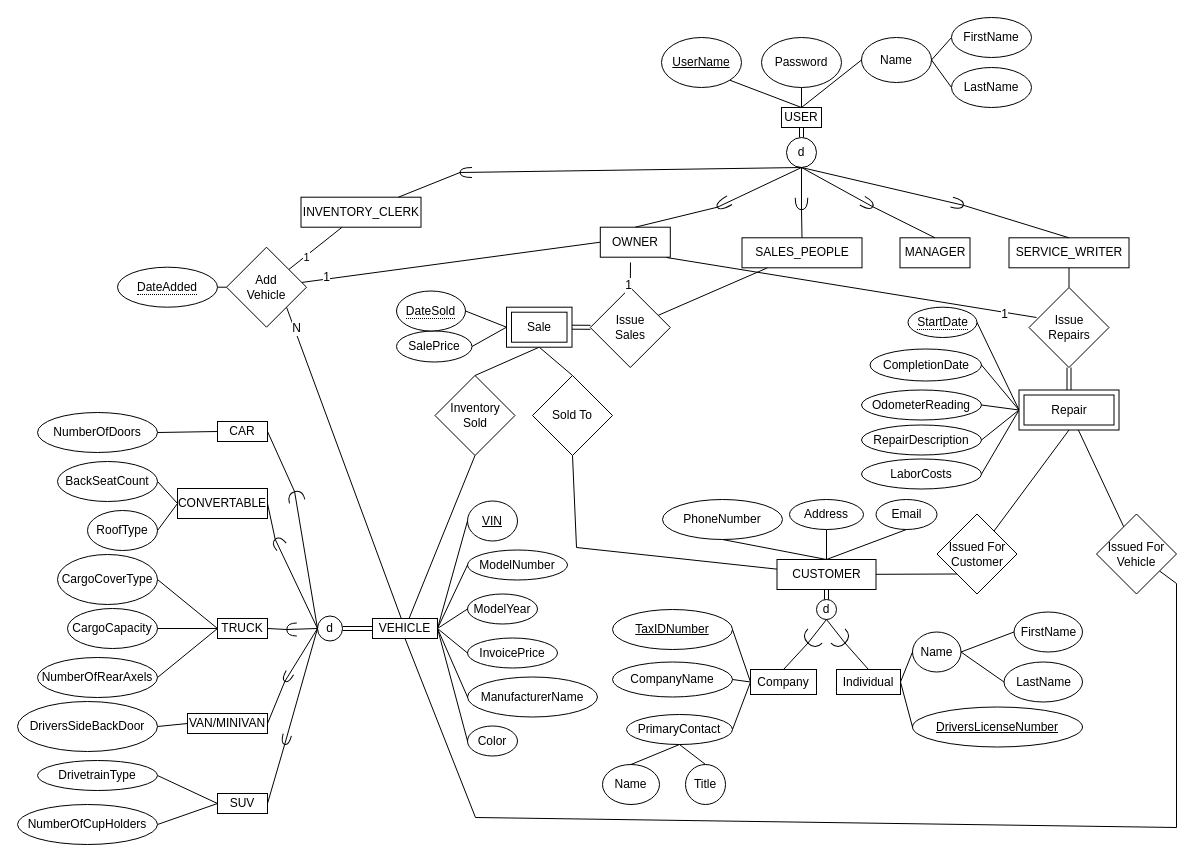
This is EER with cardinality.drawio from LaurenGeis/notes-for-jobs, a draw.io file, before an edit. Source tidied: cells renumbered, new cells numbered last; positions are measured from the earlier drawing's top-left corner, leaving out a move shared by most shapes. Both pictures are drawn from the tidied source at 100%, with x=0, y=0 at pixel (17, 17).
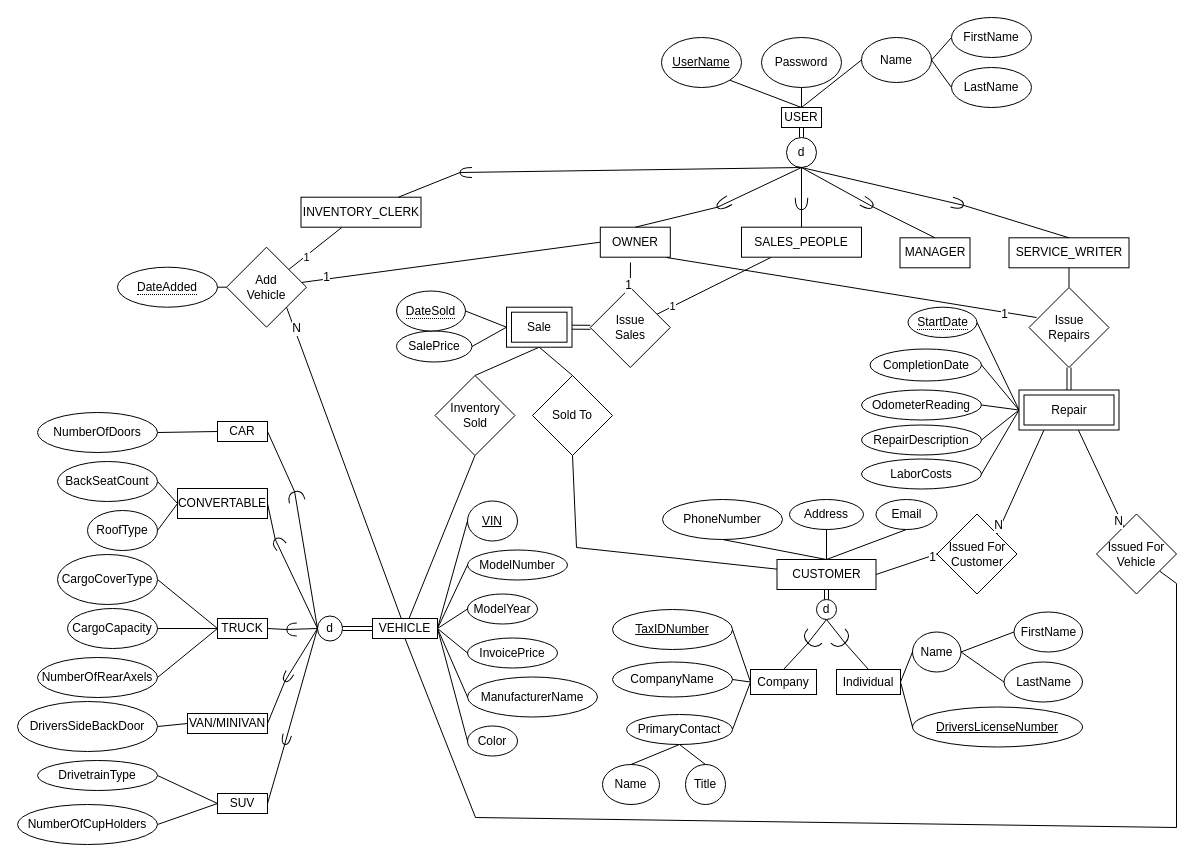
Above is the later version.

Unchanged cells that the change refers to:
```xml
<mxCell id="13" style="edgeStyle=none;rounded=0;jettySize=auto;html=1;endArrow=none;endFill=0;" parent="1" edge="1" source="14" target="42">
  <mxGeometry relative="1" as="geometry" />
</mxCell>
<mxCell id="88" value="CUSTOMER" style="rounded=0;whiteSpace=wrap;html=1;" parent="1" vertex="1">
  <mxGeometry x="759.5" y="542" width="99" height="30" as="geometry" />
</mxCell>
<mxCell id="139" value="Repair" style="shape=ext;margin=3;double=1;whiteSpace=wrap;html=1;align=center;fontSize=12;" parent="1" vertex="1">
  <mxGeometry x="1001.5" y="372.5" width="100" height="40" as="geometry" />
</mxCell>
<mxCell id="161" value="Issued For Vehicle" style="rhombus;whiteSpace=wrap;html=1;fontSize=12;" parent="1" vertex="1">
  <mxGeometry x="1079" y="496.5" width="80" height="80" as="geometry" />
</mxCell>
<mxCell id="163" value="Issued For Customer" style="rhombus;whiteSpace=wrap;html=1;fontSize=12;" parent="1" vertex="1">
  <mxGeometry x="919.5" y="496.5" width="80" height="80" as="geometry" />
</mxCell>
```

What changed in the source:
```diff
@@
+    <mxCell id="166" value="1" style="edgeLabel;html=1;align=center;verticalAlign=middle;" parent="13" vertex="1">
+      <mxGeometry x="0.74" y="-1" relative="1" as="geometry" />
+    </mxCell>
     <mxCell id="14" value="SALES_PEOPLE" style="rounded=0;whiteSpace=wrap;html=1;" parent="1" vertex="1">
-      <mxGeometry x="724.5" y="220.3" width="120" height="30" as="geometry" />
+      <mxGeometry x="724" y="209.7" width="120" height="30" as="geometry" />
     </mxCell>
@@
-    <mxCell id="137" style="edgeStyle=none;rounded=0;jettySize=auto;html=1;exitX=0.5;exitY=1;exitDx=0;exitDy=0;fontSize=12;endArrow=none;endFill=0;strokeWidth=1;" parent="1" edge="1" source="139" target="163">
-      <mxGeometry relative="1" as="geometry" />
-    </mxCell>
-    <mxCell id="138" style="edgeStyle=none;rounded=0;jettySize=auto;html=1;fontSize=12;endArrow=none;endFill=0;strokeWidth=1;" parent="1" edge="1" source="139" target="161">
-      <mxGeometry relative="1" as="geometry" />
-    </mxCell>
@@
-    <mxCell id="162" style="edgeStyle=none;rounded=0;jettySize=auto;html=1;exitX=0;exitY=1;exitDx=0;exitDy=0;fontSize=12;endArrow=none;endFill=0;strokeWidth=1;" parent="1" edge="1" source="163" target="88">
-      <mxGeometry relative="1" as="geometry" />
-    </mxCell>
@@
+    <mxCell id="167" value="N" style="edgeStyle=none;rounded=0;jettySize=auto;html=1;exitX=1;exitY=0;exitDx=0;exitDy=0;fontSize=12;endArrow=none;endFill=0;strokeWidth=1;entryX=0.25;entryY=1;entryDx=0;entryDy=0;" parent="1" edge="1" source="163" target="139">
+      <mxGeometry x="-0.86" y="2" relative="1" as="geometry" />
+    </mxCell>
+    <mxCell id="168" value="N" style="edgeStyle=none;rounded=0;jettySize=auto;html=1;fontSize=12;endArrow=none;endFill=0;strokeWidth=1;" parent="1" edge="1" source="161" target="139">
+      <mxGeometry x="-0.86" y="2" relative="1" as="geometry" />
+    </mxCell>
+    <mxCell id="169" value="1" style="edgeStyle=none;rounded=0;jettySize=auto;html=1;fontSize=12;endArrow=none;endFill=0;strokeWidth=1;exitX=1;exitY=0.5;exitDx=0;exitDy=0;entryX=0;entryY=0.5;entryDx=0;entryDy=0;" parent="1" edge="1" source="88" target="163">
+      <mxGeometry x="0.83" y="-2" relative="1" as="geometry" />
+    </mxCell>
```
